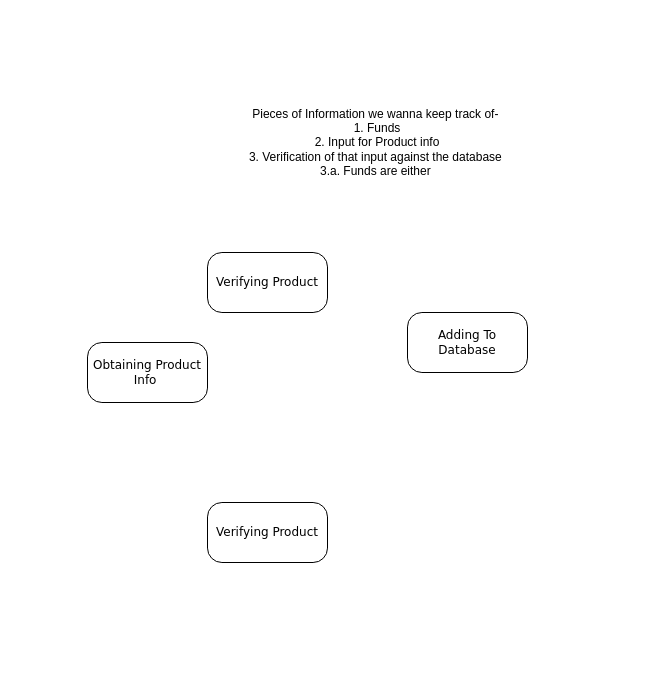
adam-25/Self-Checkout-System keeps this draw.io diagram as page "Scanning/Bagging" (2 of 2) of Diagrams/StateDiagrams/Untitled Diagram.drawio. Above is the earlier version. Source tidied: cells renumbered, new cells numbered last; positions are measured from the earlier drawing's top-left corner, leaving out a move shared by most shapes. Both pictures are drawn from the tidied source at 100%, with x=0, y=0 at pixel (87, 72).
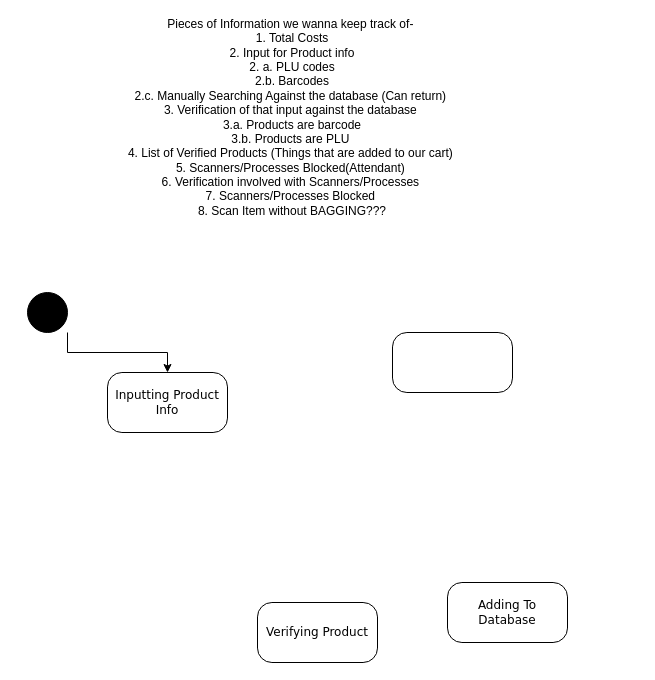
Above is the later version.

Diff of the diagram source:
```diff
@@
 <mxGraphModel>
   <root>
     <mxCell id="0" />
     <mxCell id="1" parent="0" />
     <mxCell id="2" value="Adding To Database" style="rounded=1;whiteSpace=wrap;html=1;arcSize=24;shadow=0;comic=0;labelBackgroundColor=none;fontFamily=Verdana;fontSize=12;align=center;" parent="1" vertex="1">
-      <mxGeometry x="320" y="240" width="120" height="60" as="geometry" />
+      <mxGeometry x="360" y="510" width="120" height="60" as="geometry" />
     </mxCell>
     <mxCell id="3" value="Verifying Product" style="rounded=1;whiteSpace=wrap;html=1;arcSize=24;shadow=0;comic=0;labelBackgroundColor=none;fontFamily=Verdana;fontSize=12;align=center;" parent="1" vertex="1">
-      <mxGeometry x="120" y="180" width="120" height="60" as="geometry" />
+      <mxGeometry x="170" y="530" width="120" height="60" as="geometry" />
     </mxCell>
-    <mxCell id="4" value="Obtaining Product Info&amp;nbsp;" style="rounded=1;whiteSpace=wrap;html=1;arcSize=24;shadow=0;comic=0;labelBackgroundColor=none;fontFamily=Verdana;fontSize=12;align=center;" parent="1" vertex="1">
-      <mxGeometry y="270" width="120" height="60" as="geometry" />
+    <mxCell id="4" style="rounded=1;whiteSpace=wrap;html=1;arcSize=24;shadow=0;comic=0;labelBackgroundColor=none;fontFamily=Verdana;fontSize=12;align=center;" parent="1" vertex="1">
+      <mxGeometry x="305" y="260" width="120" height="60" as="geometry" />
     </mxCell>
-    <mxCell id="5" value="Verifying Product" style="rounded=1;whiteSpace=wrap;html=1;arcSize=24;shadow=0;comic=0;labelBackgroundColor=none;fontFamily=Verdana;fontSize=12;align=center;" parent="1" vertex="1">
-      <mxGeometry x="120" y="430" width="120" height="60" as="geometry" />
-    </mxCell>
-    <mxCell id="6" value="Pieces of Information we wanna keep track of-&amp;nbsp;&lt;br&gt;1. Funds&lt;br&gt;2. Input for Product info&lt;br&gt;3. Verification of that input against the database&amp;nbsp;&lt;br&gt;3.a. Funds are either&amp;nbsp;" style="text;html=1;strokeColor=none;fillColor=none;align=center;verticalAlign=middle;whiteSpace=wrap;rounded=0;" parent="1" vertex="1">
-      <mxGeometry x="30" width="520" height="140" as="geometry" />
+    <mxCell id="6" value="Pieces of Information we wanna keep track of-&amp;nbsp;&lt;br&gt;1. Total Costs&lt;br&gt;2. Input for Product info&lt;br&gt;2. a. PLU codes&lt;br&gt;2.b. Barcodes&lt;br&gt;2.c. Manually Searching Against the database (Can return)&amp;nbsp;&lt;br&gt;3. Verification of that input against the database&amp;nbsp;&lt;br&gt;3.a. Products are barcode&lt;br&gt;3.b. Products are PLU&amp;nbsp;&lt;br&gt;4. List of Verified Products (Things that are added to our cart)&amp;nbsp;&lt;br&gt;5. Scanners/Processes Blocked(Attendant)&amp;nbsp;&lt;br&gt;6. Verification involved with Scanners/Processes&amp;nbsp;&lt;br&gt;7. Scanners/Processes Blocked&amp;nbsp;&lt;br&gt;8. Scan Item without BAGGING???" style="text;html=1;strokeColor=none;fillColor=none;align=center;verticalAlign=middle;whiteSpace=wrap;rounded=0;" parent="1" vertex="1">
+      <mxGeometry x="-70" y="-50" width="550" height="190" as="geometry" />
     </mxCell>
+    <mxCell id="7" value="Inputting Product Info" style="rounded=1;whiteSpace=wrap;html=1;arcSize=24;shadow=0;comic=0;labelBackgroundColor=none;fontFamily=Verdana;fontSize=12;align=center;" parent="1" vertex="1">
+      <mxGeometry x="20" y="300" width="120" height="60" as="geometry" />
+    </mxCell>
+    <mxCell id="8" style="edgeStyle=orthogonalEdgeStyle;rounded=0;jettySize=auto;html=1;exitX=1;exitY=1;exitDx=0;exitDy=0;" parent="1" edge="1" source="9" target="7">
+      <mxGeometry relative="1" as="geometry" />
+    </mxCell>
+    <mxCell id="9" style="shape=ellipse;html=1;fillColor=#000000;fontSize=18;fontColor=#ffffff;" parent="1" vertex="1">
+      <mxGeometry x="-60" y="220" width="40" height="40" as="geometry" />
+    </mxCell>
   </root>
 </mxGraphModel>
```
